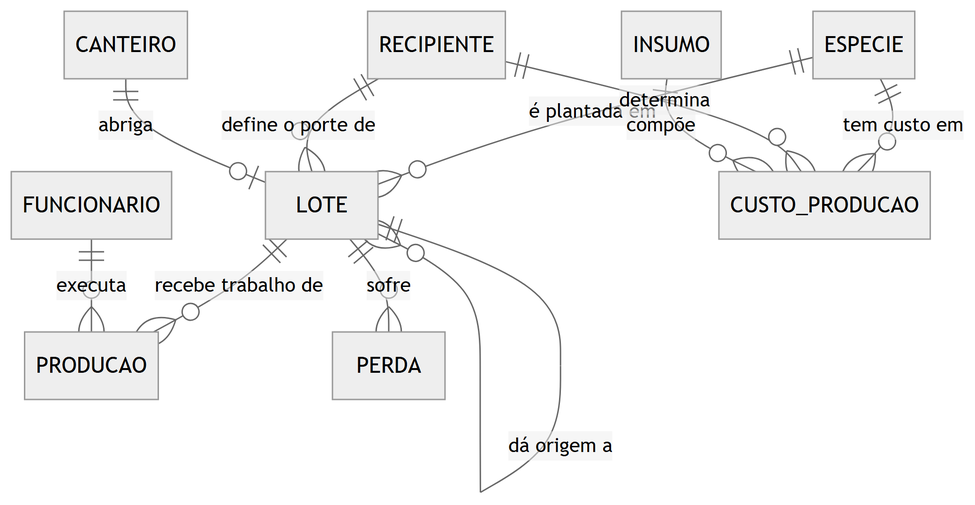
Above: docs/engenharia/modelo-dados-pt/img/fig06-conceitual-producao.png in JoaoMudar/mudar (Mermaid), before the change. Its source is kept beside it as docs/engenharia/modelo-dados-pt/mmd/fig06-conceitual-producao.mmd. Source of this version:
```mermaid
erDiagram
  ESPECIE      ||--o{ LOTE           : "é plantada em"
  RECIPIENTE   ||--o{ LOTE           : "define o porte de"
  CANTEIRO     ||--o| LOTE           : "abriga"
  LOTE         ||--o{ LOTE           : "dá origem a"
  LOTE         ||--o{ PRODUCAO       : "recebe trabalho de"
  LOTE         ||--o{ PERDA          : "sofre"
  FUNCIONARIO  ||--o{ PRODUCAO       : "executa"
  ESPECIE      ||--o{ CUSTO_PRODUCAO : "tem custo em"
  RECIPIENTE   ||--o{ CUSTO_PRODUCAO : "determina"
  INSUMO       ||--o{ CUSTO_PRODUCAO : "compõe"
```
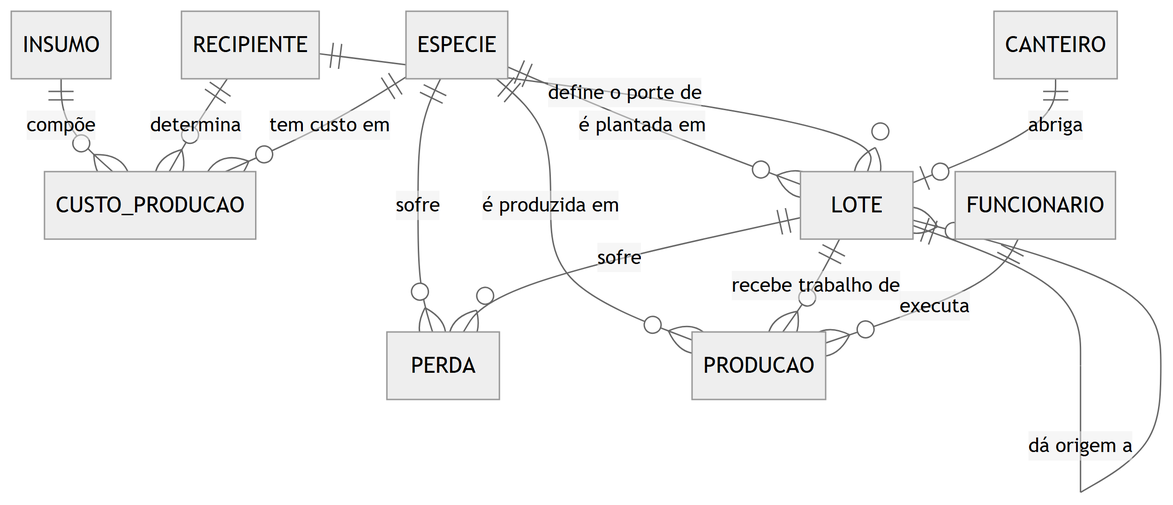
Later version of the same file.

Diff of the diagram source:
```diff
@@ -1,4 +1,9 @@
 erDiagram
+  INSUMO       ||--o{ CUSTO_PRODUCAO : "compõe"
+  RECIPIENTE   ||--o{ CUSTO_PRODUCAO : "determina"
+  ESPECIE      ||--o{ CUSTO_PRODUCAO : "tem custo em"
+  ESPECIE      ||--o{ PERDA          : "sofre"
+  ESPECIE      ||--o{ PRODUCAO       : "é produzida em"
   ESPECIE      ||--o{ LOTE           : "é plantada em"
   RECIPIENTE   ||--o{ LOTE           : "define o porte de"
   CANTEIRO     ||--o| LOTE           : "abriga"
@@ -6,6 +11,3 @@
   LOTE         ||--o{ PRODUCAO       : "recebe trabalho de"
   LOTE         ||--o{ PERDA          : "sofre"
   FUNCIONARIO  ||--o{ PRODUCAO       : "executa"
-  ESPECIE      ||--o{ CUSTO_PRODUCAO : "tem custo em"
-  RECIPIENTE   ||--o{ CUSTO_PRODUCAO : "determina"
-  INSUMO       ||--o{ CUSTO_PRODUCAO : "compõe"
```
